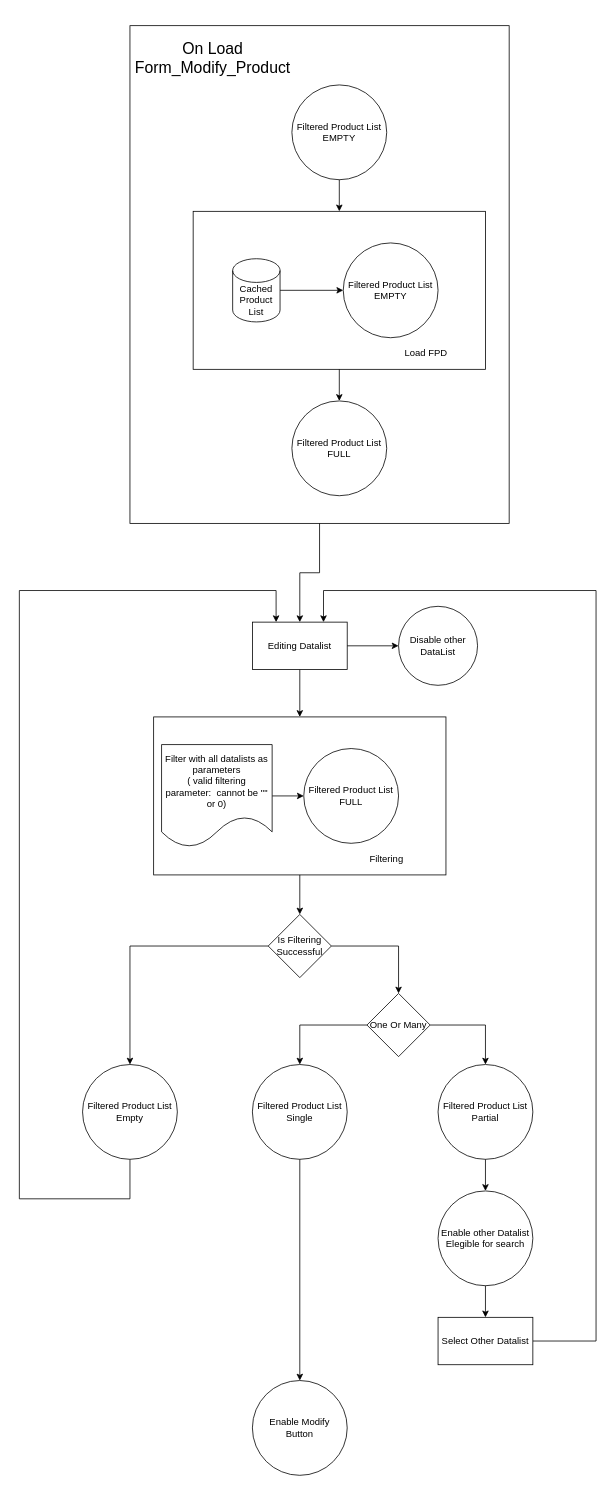
Above: page "Search Product" (1 of 2) of diagrams/loading_filteredProductList.drawio in aaroncruces/proyectobodega (draw.io), before the change. Source tidied: cells renumbered, new cells numbered last; positions are measured from the earlier drawing's top-left corner, leaving out a move shared by most shapes. Both pictures are drawn from the tidied source at 79%, with x=0, y=0 at pixel (19, 13).
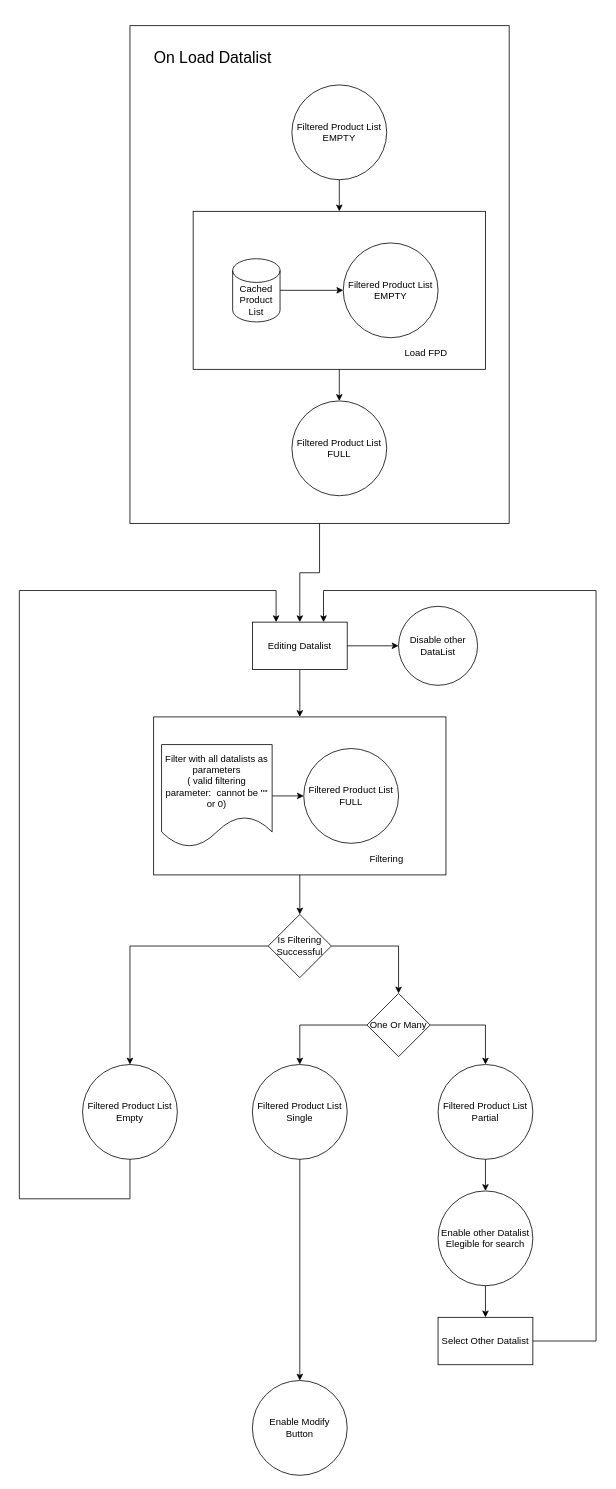
The same diagram, later.

Unchanged cells that the change refers to:
```xml
<mxCell id="3" style="group;" parent="2" vertex="1">
  <mxGeometry width="480" height="645" as="geometry" />
</mxCell>
```

What changed in the source:
```diff
@@
-    <mxCell id="5" value="&lt;font style=&quot;font-size: 20px&quot;&gt;On Load Form_Modify_Product&lt;/font&gt;" style="text;html=1;strokeColor=none;fillColor=none;align=center;verticalAlign=middle;whiteSpace=wrap;rounded=0;fontSize=20;" parent="3" vertex="1">
+    <mxCell id="5" value="&lt;font style=&quot;font-size: 20px&quot;&gt;On Load Datalist&lt;/font&gt;" style="text;html=1;strokeColor=none;fillColor=none;align=center;verticalAlign=middle;whiteSpace=wrap;rounded=0;fontSize=20;" parent="3" vertex="1">
       <mxGeometry width="210" height="110" as="geometry" />
     </mxCell>
```
